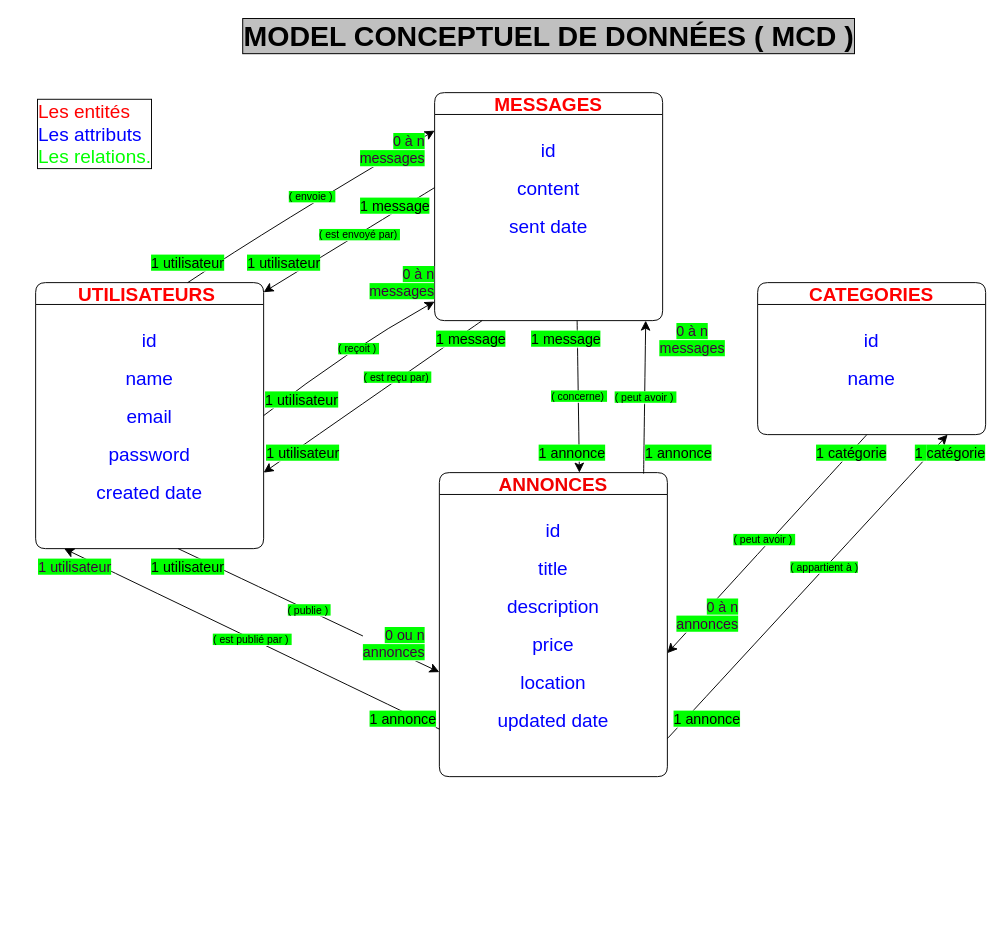
Above: page "01_MCD_Module_2" (1 of 3) of documentations/modeles_conceptuels/drawio/MPD_ADS_MANAGER.drawio in LYWAUTm/MARKET_ADS_MANAGER (draw.io), before the change. Source tidied: cells renumbered, new cells numbered last; positions are measured from the earlier drawing's top-left corner, leaving out a move shared by most shapes. Both pictures are drawn from the tidied source at 95%, with x=0, y=0 at pixel (35, 16).
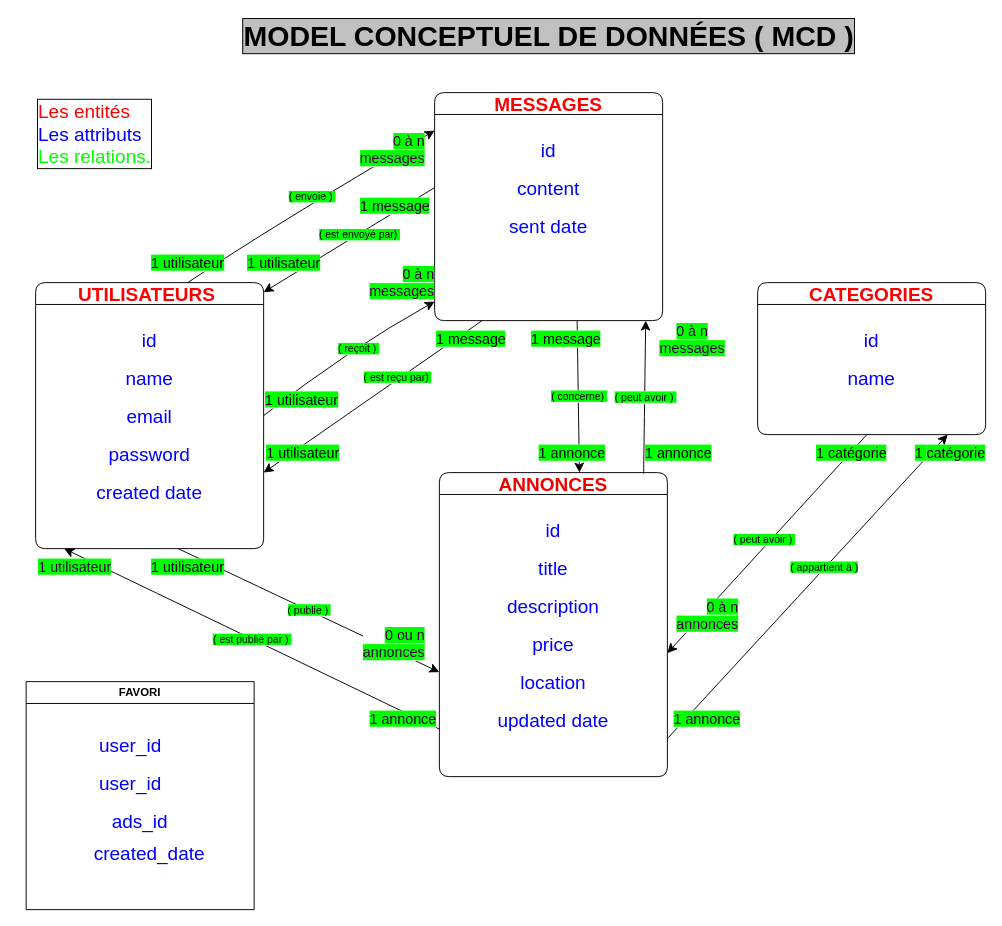
The same diagram, later.

The edit, as a diff of the source:
```diff
@@
+    <mxCell id="64" value="FAVORI" style="swimlane;whiteSpace=wrap;html=1;" parent="1" vertex="1">
+      <mxGeometry x="-10" y="700" width="240" height="240" as="geometry" />
+    </mxCell>
+    <mxCell id="65" value="&lt;div&gt;&lt;span style=&quot;color: light-dark(rgb(0, 0, 255), rgb(237, 237, 237));&quot;&gt;user_id&lt;/span&gt;&lt;/div&gt;" style="text;html=1;whiteSpace=wrap;strokeColor=none;fillColor=none;align=center;verticalAlign=middle;rounded=1;labelBorderColor=none;labelBackgroundColor=none;fontSize=20;" parent="64" vertex="1">
+      <mxGeometry x="-10" y="87" width="240" height="40" as="geometry" />
+    </mxCell>
+    <mxCell id="66" value="&lt;font color=&quot;#0000ff&quot;&gt;created_date&lt;/font&gt;" style="text;html=1;whiteSpace=wrap;strokeColor=none;fillColor=none;align=center;verticalAlign=middle;rounded=1;labelBorderColor=none;labelBackgroundColor=none;fontSize=20;" parent="64" vertex="1">
+      <mxGeometry x="10" y="160" width="240" height="40" as="geometry" />
+    </mxCell>
+    <mxCell id="67" value="&lt;div&gt;&lt;span style=&quot;color: light-dark(rgb(0, 0, 255), rgb(237, 237, 237));&quot;&gt;ads_id&lt;/span&gt;&lt;/div&gt;" style="text;html=1;whiteSpace=wrap;strokeColor=none;fillColor=none;align=center;verticalAlign=middle;rounded=1;labelBorderColor=none;labelBackgroundColor=none;fontSize=20;" parent="64" vertex="1">
+      <mxGeometry y="127" width="240" height="40" as="geometry" />
+    </mxCell>
+    <mxCell id="68" value="&lt;div&gt;&lt;span style=&quot;color: light-dark(rgb(0, 0, 255), rgb(237, 237, 237));&quot;&gt;user_id&lt;/span&gt;&lt;/div&gt;" style="text;html=1;whiteSpace=wrap;strokeColor=none;fillColor=none;align=center;verticalAlign=middle;rounded=1;labelBorderColor=none;labelBackgroundColor=none;fontSize=20;" parent="64" vertex="1">
+      <mxGeometry x="-10" y="47" width="240" height="40" as="geometry" />
+    </mxCell>
```
